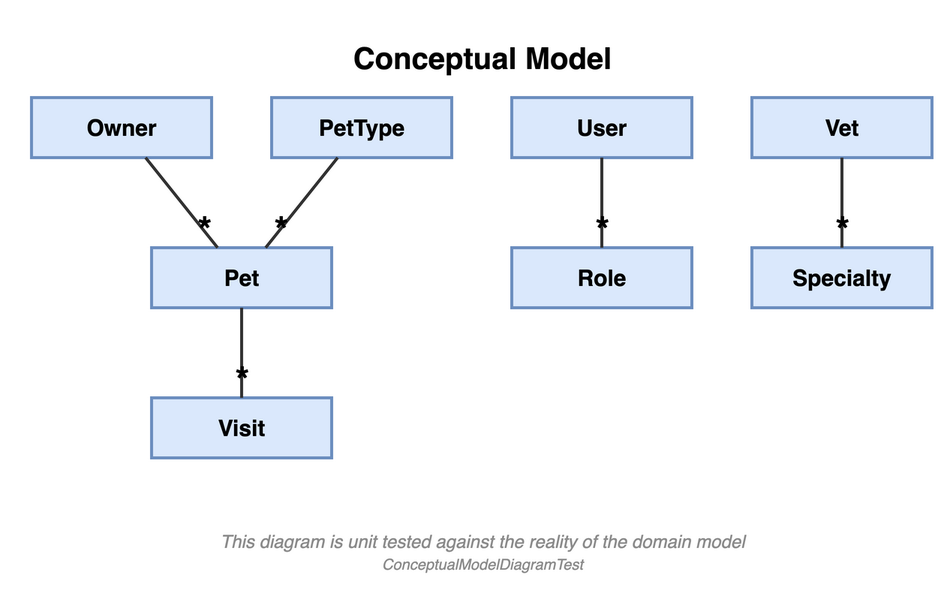
The draw.io diagram petclinic-backend/docs/ConceptualModel.drawio.png in kashann/petclinic, before a commit. Source tidied: cells renumbered, new cells last; positions are measured from the earlier drawing's top-left corner, leaving out a move shared by most shapes. Its diagram source:
```xml
<mxGraphModel>
  <root>
    <mxCell id="0" />
    <mxCell id="1" parent="0" />
    <mxCell id="2" value="Conceptual Model" style="text;html=1;fontSize=20;fontStyle=1;align=center;" parent="1" vertex="1">
      <mxGeometry x="110" width="380" height="30" as="geometry" />
    </mxCell>
    <mxCell id="3" value="Owner" style="rounded=0;whiteSpace=wrap;html=1;fillColor=#dae8fc;strokeColor=#6c8ebf;fontSize=15;fontStyle=1;strokeWidth=2;" parent="1" vertex="1">
      <mxGeometry y="45" width="120" height="40" as="geometry" />
    </mxCell>
    <mxCell id="4" value="PetType" style="rounded=0;whiteSpace=wrap;html=1;fillColor=#dae8fc;strokeColor=#6c8ebf;fontSize=15;fontStyle=1;strokeWidth=2;" parent="1" vertex="1">
      <mxGeometry x="160" y="45" width="120" height="40" as="geometry" />
    </mxCell>
    <mxCell id="5" value="User" style="rounded=0;whiteSpace=wrap;html=1;fillColor=#dae8fc;strokeColor=#6c8ebf;fontSize=15;fontStyle=1;strokeWidth=2;" parent="1" vertex="1">
      <mxGeometry x="320" y="45" width="120" height="40" as="geometry" />
    </mxCell>
    <mxCell id="6" value="Vet" style="rounded=0;whiteSpace=wrap;html=1;fillColor=#dae8fc;strokeColor=#6c8ebf;fontSize=15;fontStyle=1;strokeWidth=2;" parent="1" vertex="1">
      <mxGeometry x="480" y="45" width="120" height="40" as="geometry" />
    </mxCell>
    <mxCell id="7" value="Pet" style="rounded=0;whiteSpace=wrap;html=1;fillColor=#dae8fc;strokeColor=#6c8ebf;fontSize=15;fontStyle=1;strokeWidth=2;" parent="1" vertex="1">
      <mxGeometry x="80" y="145" width="120" height="40" as="geometry" />
    </mxCell>
    <mxCell id="8" value="Role" style="rounded=0;whiteSpace=wrap;html=1;fillColor=#dae8fc;strokeColor=#6c8ebf;fontSize=15;fontStyle=1;strokeWidth=2;" parent="1" vertex="1">
      <mxGeometry x="320" y="145" width="120" height="40" as="geometry" />
    </mxCell>
    <mxCell id="9" value="Specialty" style="rounded=0;whiteSpace=wrap;html=1;fillColor=#dae8fc;strokeColor=#6c8ebf;fontSize=15;fontStyle=1;strokeWidth=2;" parent="1" vertex="1">
      <mxGeometry x="480" y="145" width="120" height="40" as="geometry" />
    </mxCell>
    <mxCell id="10" value="Visit" style="rounded=0;whiteSpace=wrap;html=1;fillColor=#dae8fc;strokeColor=#6c8ebf;fontSize=15;fontStyle=1;strokeWidth=2;" parent="1" vertex="1">
      <mxGeometry x="80" y="245" width="120" height="40" as="geometry" />
    </mxCell>
    <mxCell id="11" style="endArrow=none;html=1;strokeColor=#333333;fontSize=12;strokeWidth=2;" parent="1" edge="1" source="3" target="7">
      <mxGeometry relative="1" as="geometry" />
    </mxCell>
    <mxCell id="12" value="*" style="edgeLabel;html=1;align=center;verticalAlign=middle;fontSize=24;fontStyle=1;labelBackgroundColor=none;" parent="11" vertex="1">
      <mxGeometry x="0.6" relative="1" as="geometry" />
    </mxCell>
    <mxCell id="13" style="endArrow=none;html=1;strokeColor=#333333;fontSize=12;strokeWidth=2;" parent="1" edge="1" source="4" target="7">
      <mxGeometry relative="1" as="geometry" />
    </mxCell>
    <mxCell id="14" value="*" style="edgeLabel;html=1;align=center;verticalAlign=middle;fontSize=24;fontStyle=1;labelBackgroundColor=none;" parent="13" vertex="1">
      <mxGeometry x="0.6" relative="1" as="geometry" />
    </mxCell>
    <mxCell id="15" style="endArrow=none;html=1;strokeColor=#333333;fontSize=12;strokeWidth=2;" parent="1" edge="1" source="7" target="10">
      <mxGeometry relative="1" as="geometry" />
    </mxCell>
    <mxCell id="16" value="*" style="edgeLabel;html=1;align=center;verticalAlign=middle;fontSize=24;fontStyle=1;labelBackgroundColor=none;" parent="15" vertex="1">
      <mxGeometry x="0.6" relative="1" as="geometry" />
    </mxCell>
    <mxCell id="17" style="endArrow=none;html=1;strokeColor=#333333;fontSize=12;strokeWidth=2;" parent="1" edge="1" source="5" target="8">
      <mxGeometry relative="1" as="geometry" />
    </mxCell>
    <mxCell id="18" value="*" style="edgeLabel;html=1;align=center;verticalAlign=middle;fontSize=24;fontStyle=1;labelBackgroundColor=none;" parent="17" vertex="1">
      <mxGeometry x="0.6" relative="1" as="geometry" />
    </mxCell>
    <mxCell id="19" style="endArrow=none;html=1;strokeColor=#333333;fontSize=12;strokeWidth=2;" parent="1" edge="1" source="6" target="9">
      <mxGeometry relative="1" as="geometry" />
    </mxCell>
    <mxCell id="20" value="*" style="edgeLabel;html=1;align=center;verticalAlign=middle;fontSize=24;fontStyle=1;labelBackgroundColor=none;" parent="19" vertex="1">
      <mxGeometry x="0.6" relative="1" as="geometry" />
    </mxCell>
    <mxCell id="21" value="This diagram is unit tested against the reality of the domain model&lt;br&gt;&lt;font style=&quot;font-size: 10px&quot;&gt;ConceptualModelDiagramTest&lt;/font&gt;" style="text;html=1;fontSize=12;fontStyle=2;align=center;verticalAlign=middle;fontColor=#8C8C8C;" parent="1" vertex="1">
      <mxGeometry y="330" width="600" height="36" as="geometry" />
    </mxCell>
  </root>
</mxGraphModel>
```
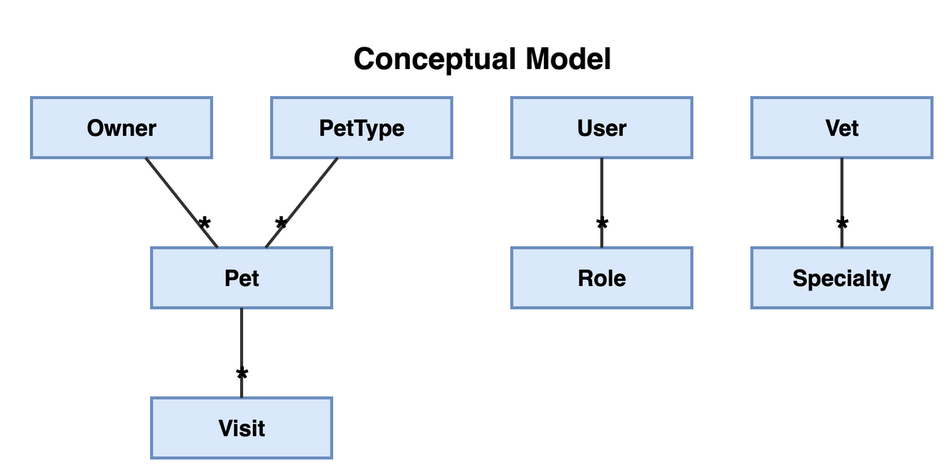
The same diagram one commit later.

The edit, as a diff of the source:
```diff
@@ -59,8 +59,5 @@
     <mxCell id="20" value="*" style="edgeLabel;html=1;align=center;verticalAlign=middle;fontSize=24;fontStyle=1;labelBackgroundColor=none;" parent="19" vertex="1">
       <mxGeometry x="0.6" relative="1" as="geometry" />
     </mxCell>
-    <mxCell id="21" value="This diagram is unit tested against the reality of the domain model&lt;br&gt;&lt;font style=&quot;font-size: 10px&quot;&gt;ConceptualModelDiagramTest&lt;/font&gt;" style="text;html=1;fontSize=12;fontStyle=2;align=center;verticalAlign=middle;fontColor=#8C8C8C;" parent="1" vertex="1">
-      <mxGeometry y="330" width="600" height="36" as="geometry" />
-    </mxCell>
   </root>
 </mxGraphModel>
```
